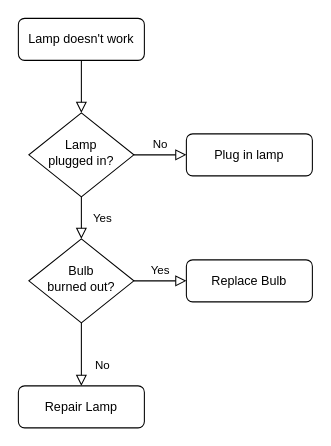
Earlier version of the draw.io diagram 未命名绘图.drawio (Angelophenia/MyFirst). Source tidied: cells renumbered, new cells numbered last; positions are measured from the earlier drawing's top-left corner, leaving out a move shared by most shapes. Both pictures are drawn from the tidied source at 105%, with x=0, y=0 at pixel (18, 18).
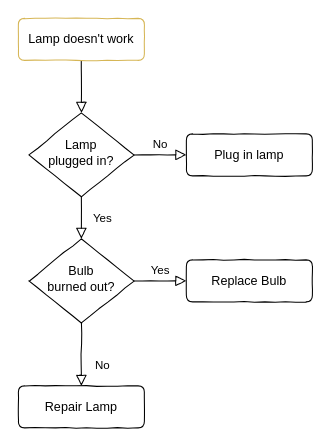
The same diagram, later.

Diff of the diagram source:
```diff
@@
 <mxGraphModel>
   <root>
     <mxCell id="0" />
     <mxCell id="1" parent="0" />
-    <mxCell id="2" style="rounded=0;html=1;jettySize=auto;fontSize=11;endArrow=block;endFill=0;endSize=8;strokeWidth=1;shadow=0;labelBackgroundColor=none;edgeStyle=orthogonalEdgeStyle;" parent="1" edge="1" source="3" target="6">
+    <mxCell id="2" style="rounded=0;html=1;jettySize=auto;fontSize=11;endArrow=block;endFill=0;endSize=8;strokeWidth=1;shadow=0;labelBackgroundColor=none;edgeStyle=orthogonalEdgeStyle;comic=1;jiggle=1;" parent="1" edge="1" source="3" target="6">
       <mxGeometry relative="1" as="geometry" />
     </mxCell>
-    <mxCell id="3" value="Lamp doesn't work" style="rounded=1;whiteSpace=wrap;html=1;fontSize=12;glass=0;strokeWidth=1;shadow=0;" parent="1" vertex="1">
+    <mxCell id="3" value="Lamp doesn't work" style="rounded=1;whiteSpace=wrap;html=1;fontSize=12;glass=0;strokeWidth=1;shadow=0;fillColor=default;strokeColor=#d6b656;gradientColor=none;comic=1;jiggle=1;" parent="1" vertex="1">
       <mxGeometry width="120" height="40" as="geometry" />
     </mxCell>
-    <mxCell id="4" value="Yes" style="rounded=0;html=1;jettySize=auto;fontSize=11;endArrow=block;endFill=0;endSize=8;strokeWidth=1;shadow=0;labelBackgroundColor=none;edgeStyle=orthogonalEdgeStyle;" parent="1" edge="1" source="6" target="10">
+    <mxCell id="4" value="Yes" style="rounded=0;html=1;jettySize=auto;fontSize=11;endArrow=block;endFill=0;endSize=8;strokeWidth=1;shadow=0;labelBackgroundColor=none;edgeStyle=orthogonalEdgeStyle;comic=1;jiggle=1;" parent="1" edge="1" source="6" target="10">
       <mxGeometry y="20" relative="1" as="geometry" />
     </mxCell>
-    <mxCell id="5" value="No" style="edgeStyle=orthogonalEdgeStyle;rounded=0;html=1;jettySize=auto;fontSize=11;endArrow=block;endFill=0;endSize=8;strokeWidth=1;shadow=0;labelBackgroundColor=none;" parent="1" edge="1" source="6" target="7">
+    <mxCell id="5" value="No" style="edgeStyle=orthogonalEdgeStyle;rounded=0;html=1;jettySize=auto;fontSize=11;endArrow=block;endFill=0;endSize=8;strokeWidth=1;shadow=0;labelBackgroundColor=none;comic=1;jiggle=1;" parent="1" edge="1" source="6" target="7">
       <mxGeometry y="10" relative="1" as="geometry" />
     </mxCell>
-    <mxCell id="6" value="Lamp&lt;br&gt;plugged in?" style="rhombus;whiteSpace=wrap;html=1;shadow=0;fontFamily=Helvetica;fontSize=12;align=center;strokeWidth=1;spacing=6;spacingTop=-4;" parent="1" vertex="1">
+    <mxCell id="6" value="Lamp&lt;br&gt;plugged in?" style="rhombus;whiteSpace=wrap;html=1;shadow=0;fontFamily=Helvetica;fontSize=12;align=center;strokeWidth=1;spacing=6;spacingTop=-4;comic=1;jiggle=1;" parent="1" vertex="1">
       <mxGeometry x="10" y="90" width="100" height="80" as="geometry" />
     </mxCell>
-    <mxCell id="7" value="Plug in lamp" style="rounded=1;whiteSpace=wrap;html=1;fontSize=12;glass=0;strokeWidth=1;shadow=0;" parent="1" vertex="1">
+    <mxCell id="7" value="Plug in lamp" style="rounded=1;whiteSpace=wrap;html=1;fontSize=12;glass=0;strokeWidth=1;shadow=0;comic=1;jiggle=1;" parent="1" vertex="1">
       <mxGeometry x="160" y="110" width="120" height="40" as="geometry" />
     </mxCell>
-    <mxCell id="8" value="No" style="rounded=0;html=1;jettySize=auto;fontSize=11;endArrow=block;endFill=0;endSize=8;strokeWidth=1;shadow=0;labelBackgroundColor=none;edgeStyle=orthogonalEdgeStyle;" parent="1" edge="1" source="10" target="11">
+    <mxCell id="8" value="No" style="rounded=0;html=1;jettySize=auto;fontSize=11;endArrow=block;endFill=0;endSize=8;strokeWidth=1;shadow=0;labelBackgroundColor=none;edgeStyle=orthogonalEdgeStyle;comic=1;jiggle=1;" parent="1" edge="1" source="10" target="11">
       <mxGeometry x="0.33" y="20" relative="1" as="geometry" />
     </mxCell>
-    <mxCell id="9" value="Yes" style="edgeStyle=orthogonalEdgeStyle;rounded=0;html=1;jettySize=auto;fontSize=11;endArrow=block;endFill=0;endSize=8;strokeWidth=1;shadow=0;labelBackgroundColor=none;" parent="1" edge="1" source="10" target="12">
+    <mxCell id="9" value="Yes" style="edgeStyle=orthogonalEdgeStyle;rounded=0;html=1;jettySize=auto;fontSize=11;endArrow=block;endFill=0;endSize=8;strokeWidth=1;shadow=0;labelBackgroundColor=none;comic=1;jiggle=1;" parent="1" edge="1" source="10" target="12">
       <mxGeometry y="10" relative="1" as="geometry" />
     </mxCell>
-    <mxCell id="10" value="Bulb&lt;br&gt;burned out?" style="rhombus;whiteSpace=wrap;html=1;shadow=0;fontFamily=Helvetica;fontSize=12;align=center;strokeWidth=1;spacing=6;spacingTop=-4;" parent="1" vertex="1">
+    <mxCell id="10" value="Bulb&lt;br&gt;burned out?" style="rhombus;whiteSpace=wrap;html=1;shadow=0;fontFamily=Helvetica;fontSize=12;align=center;strokeWidth=1;spacing=6;spacingTop=-4;comic=1;jiggle=1;" parent="1" vertex="1">
       <mxGeometry x="10" y="210" width="100" height="80" as="geometry" />
     </mxCell>
-    <mxCell id="11" value="Repair Lamp" style="rounded=1;whiteSpace=wrap;html=1;fontSize=12;glass=0;strokeWidth=1;shadow=0;" parent="1" vertex="1">
+    <mxCell id="11" value="Repair Lamp" style="rounded=1;whiteSpace=wrap;html=1;fontSize=12;glass=0;strokeWidth=1;shadow=0;comic=1;jiggle=1;" parent="1" vertex="1">
       <mxGeometry y="350" width="120" height="40" as="geometry" />
     </mxCell>
-    <mxCell id="12" value="Replace Bulb" style="rounded=1;whiteSpace=wrap;html=1;fontSize=12;glass=0;strokeWidth=1;shadow=0;" parent="1" vertex="1">
+    <mxCell id="12" value="Replace Bulb" style="rounded=1;whiteSpace=wrap;html=1;fontSize=12;glass=0;strokeWidth=1;shadow=0;comic=1;jiggle=1;" parent="1" vertex="1">
       <mxGeometry x="160" y="230" width="120" height="40" as="geometry" />
     </mxCell>
   </root>
 </mxGraphModel>
```
